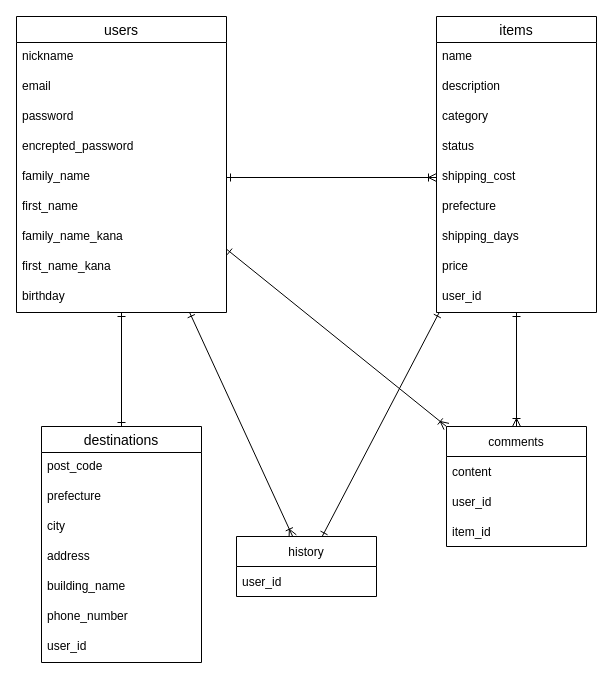
Earlier version of the draw.io diagram ER.dio (valuset3/furima-38021). Source tidied: cells renumbered, new cells numbered last; positions are measured from the earlier drawing's top-left corner, leaving out a move shared by most shapes. Both pictures are drawn from the tidied source at 100%, with x=0, y=0 at pixel (16, 16).
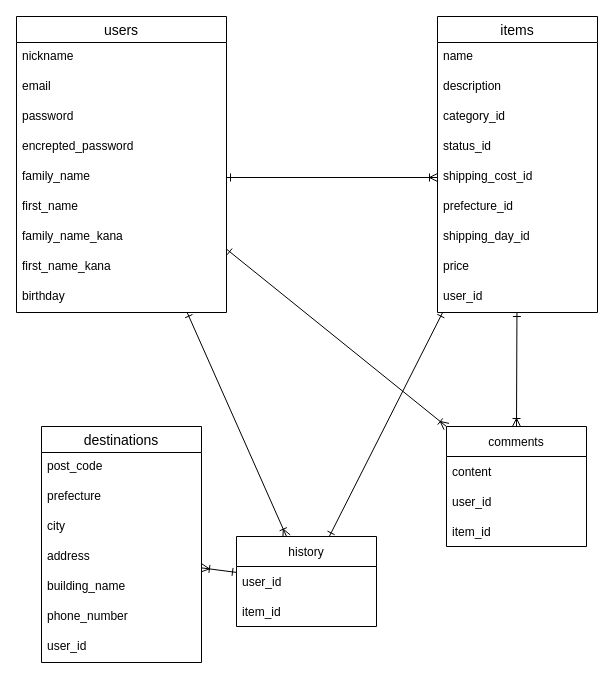
Above is the later version.

The change refers to these unchanged cells:
```xml
<mxCell id="5" value="users" style="swimlane;fontStyle=0;horizontal=1;startSize=26;align=center;fontSize=14;" parent="1" vertex="1">
  <mxGeometry width="210" height="296" as="geometry" />
</mxCell>
<mxCell id="28" value="destinations" style="swimlane;fontStyle=0;horizontal=1;startSize=26;align=center;fontSize=14;" parent="1" vertex="1">
  <mxGeometry x="25" y="410" width="160" height="236" as="geometry" />
</mxCell>
<mxCell id="32" value="address" style="text;strokeColor=none;fillColor=none;spacingLeft=4;spacingRight=4;overflow=hidden;points=[[0,0.5],[1,0.5]];portConstraint=eastwest;fontSize=12;" parent="28" vertex="1">
  <mxGeometry y="116" width="160" height="30" as="geometry" />
</mxCell>
```

What changed in the source:
```diff
@@
-    <mxCell id="2" style="edgeStyle=none;jumpSize=13;html=1;entryX=0.5;entryY=0;entryDx=0;entryDy=0;startArrow=ERone;startFill=0;endArrow=ERone;endFill=0;strokeWidth=1;" parent="1" edge="1" source="5" target="28">
-      <mxGeometry relative="1" as="geometry" />
-    </mxCell>
@@
     <mxCell id="17" value="items" style="swimlane;fontStyle=0;horizontal=1;startSize=26;align=center;fontSize=14;" parent="1" vertex="1">
-      <mxGeometry x="420" width="160" height="296" as="geometry" />
+      <mxGeometry x="421" width="160" height="296" as="geometry" />
     </mxCell>
@@
-    <mxCell id="20" value="category" style="text;strokeColor=none;fillColor=none;spacingLeft=4;spacingRight=4;overflow=hidden;fontSize=12;" parent="17" vertex="1">
+    <mxCell id="20" value="category_id" style="text;strokeColor=none;fillColor=none;spacingLeft=4;spacingRight=4;overflow=hidden;fontSize=12;" parent="17" vertex="1">
       <mxGeometry y="86" width="160" height="30" as="geometry" />
     </mxCell>
-    <mxCell id="21" value="status" style="text;strokeColor=none;fillColor=none;spacingLeft=4;spacingRight=4;overflow=hidden;fontSize=12;" parent="17" vertex="1">
+    <mxCell id="21" value="status_id" style="text;strokeColor=none;fillColor=none;spacingLeft=4;spacingRight=4;overflow=hidden;fontSize=12;" parent="17" vertex="1">
       <mxGeometry y="116" width="160" height="30" as="geometry" />
     </mxCell>
-    <mxCell id="22" value="shipping_cost" style="text;strokeColor=none;fillColor=none;spacingLeft=4;spacingRight=4;overflow=hidden;points=[[0,0.5],[1,0.5]];portConstraint=eastwest;fontSize=12;" parent="17" vertex="1">
+    <mxCell id="22" value="shipping_cost_id" style="text;strokeColor=none;fillColor=none;spacingLeft=4;spacingRight=4;overflow=hidden;points=[[0,0.5],[1,0.5]];portConstraint=eastwest;fontSize=12;" parent="17" vertex="1">
       <mxGeometry y="146" width="160" height="30" as="geometry" />
     </mxCell>
-    <mxCell id="23" value="prefecture" style="text;strokeColor=none;fillColor=none;spacingLeft=4;spacingRight=4;overflow=hidden;fontSize=12;" parent="17" vertex="1">
+    <mxCell id="23" value="prefecture_id" style="text;strokeColor=none;fillColor=none;spacingLeft=4;spacingRight=4;overflow=hidden;fontSize=12;" parent="17" vertex="1">
       <mxGeometry y="176" width="160" height="30" as="geometry" />
     </mxCell>
-    <mxCell id="24" value="shipping_days" style="text;strokeColor=none;fillColor=none;spacingLeft=4;spacingRight=4;overflow=hidden;fontSize=12;" parent="17" vertex="1">
+    <mxCell id="24" value="shipping_day_id" style="text;strokeColor=none;fillColor=none;spacingLeft=4;spacingRight=4;overflow=hidden;fontSize=12;" parent="17" vertex="1">
       <mxGeometry y="206" width="160" height="30" as="geometry" />
     </mxCell>
@@
+    <mxCell id="42" style="edgeStyle=none;html=1;endArrow=ERoneToMany;endFill=0;startArrow=ERone;startFill=0;" parent="1" edge="1" source="36" target="32">
+      <mxGeometry relative="1" as="geometry" />
+    </mxCell>
     <mxCell id="36" value="history" style="swimlane;fontStyle=0;horizontal=1;startSize=30;" parent="1" vertex="1">
-      <mxGeometry x="220" y="520" width="140" height="60" as="geometry" />
+      <mxGeometry x="220" y="520" width="140" height="90" as="geometry" />
     </mxCell>
@@
+    <mxCell id="43" value="item_id" style="text;strokeColor=none;fillColor=none;align=left;verticalAlign=middle;spacingLeft=4;spacingRight=4;overflow=hidden;" parent="36" vertex="1">
+      <mxGeometry y="60" width="140" height="30" as="geometry" />
+    </mxCell>
```
